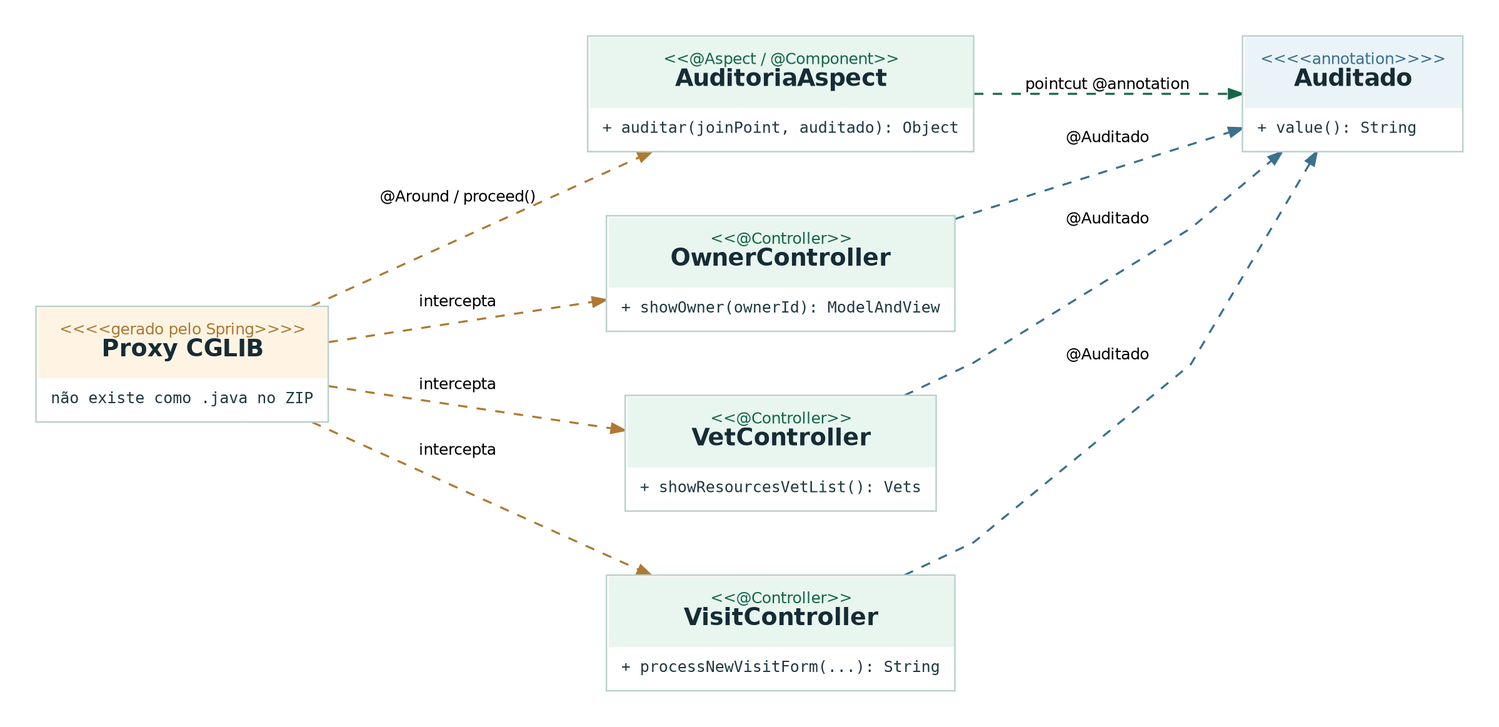
Before: docs/uml/png/07_classes_aop.png, a diagram exported from Graphviz (GabrielKayran/spring-petclinic). Its source is kept beside it as docs/uml/dot/07_classes_aop.dot.
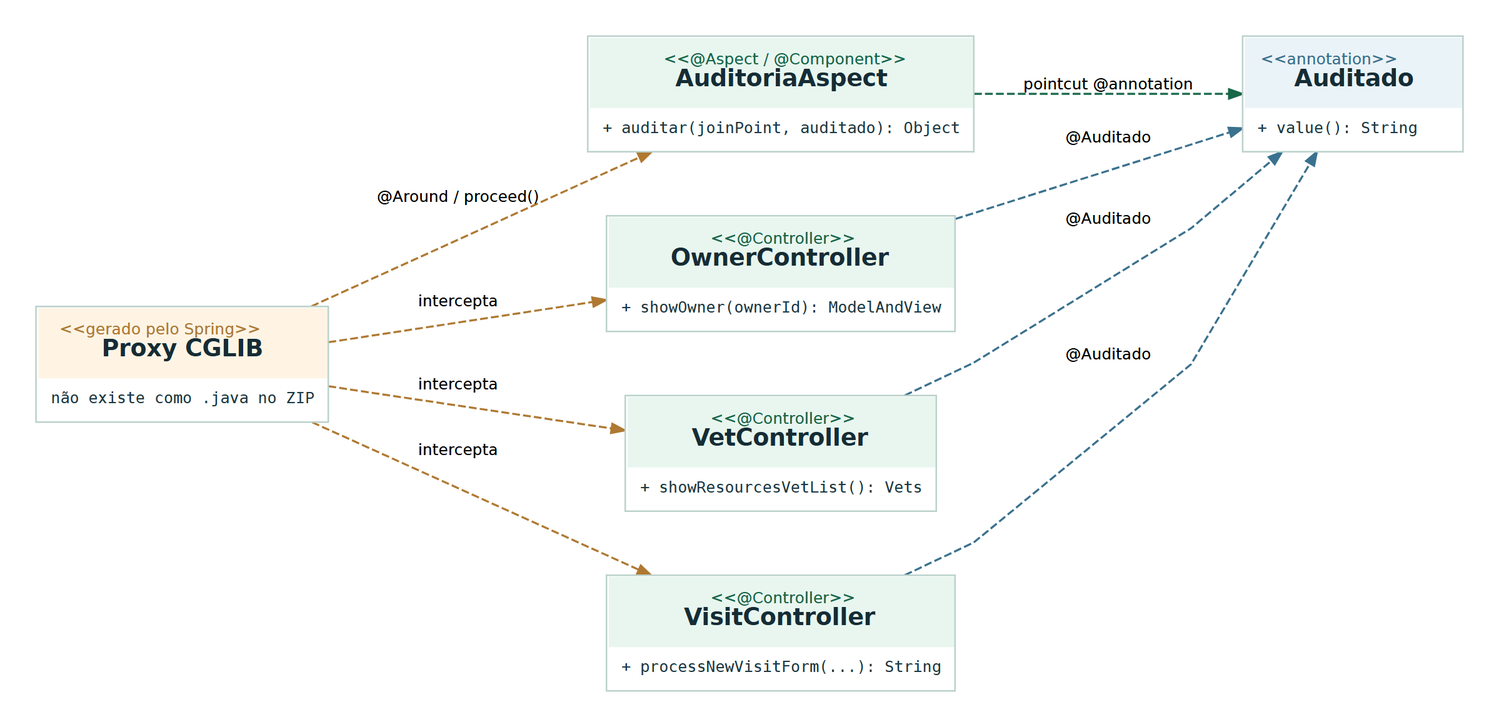
Above is the later version.

Diff of the diagram source:
```diff
@@ -2,12 +2,12 @@
   graph [rankdir=LR, bgcolor="transparent", pad="0.32", nodesep=.57, ranksep=.92, splines=polyline, outputorder=edgesfirst, fontname="DejaVu Sans", fontsize=12];
   node [shape=plain, fontname="DejaVu Sans"];
   edge [color="#5C7280", fontname="DejaVu Sans", fontsize=10, arrowsize=.85, penwidth=1.3];
-  Ann [label=<<TABLE BORDER="1" CELLBORDER="0" CELLSPACING="0" CELLPADDING="1" COLOR="#BBD1CC" BGCOLOR="#FFFFFF"><TR><TD BGCOLOR="#EAF3F8" CELLPADDING="10" ALIGN="CENTER"><FONT FACE="DejaVu Sans" COLOR="#3A718E" POINT-SIZE="10">&lt;&lt;&lt;&lt;annotation&gt;&gt;&gt;&gt;</FONT><BR/><FONT FACE="DejaVu Sans" COLOR="#162C35" POINT-SIZE="15"><B>Auditado</B></FONT></TD></TR><TR><TD ALIGN="LEFT" CELLPADDING="8"><FONT FACE="DejaVu Sans Mono" POINT-SIZE="10" COLOR="#203943">+ value(): String</FONT></TD></TR></TABLE>>];
+  Ann [label=<<TABLE BORDER="1" CELLBORDER="0" CELLSPACING="0" CELLPADDING="1" COLOR="#BBD1CC" BGCOLOR="#FFFFFF"><TR><TD BGCOLOR="#EAF3F8" CELLPADDING="10" ALIGN="CENTER"><FONT FACE="DejaVu Sans" COLOR="#3A718E" POINT-SIZE="10">&lt;&lt;annotation&gt;&gt;</FONT><BR/><FONT FACE="DejaVu Sans" COLOR="#162C35" POINT-SIZE="15"><B>Auditado</B></FONT></TD></TR><TR><TD ALIGN="LEFT" CELLPADDING="8"><FONT FACE="DejaVu Sans Mono" POINT-SIZE="10" COLOR="#203943">+ value(): String</FONT></TD></TR></TABLE>>];
   Asp [label=<<TABLE BORDER="1" CELLBORDER="0" CELLSPACING="0" CELLPADDING="1" COLOR="#BBD1CC" BGCOLOR="#FFFFFF"><TR><TD BGCOLOR="#E8F6EF" CELLPADDING="10" ALIGN="CENTER"><FONT FACE="DejaVu Sans" COLOR="#176749" POINT-SIZE="10">&lt;&lt;@Aspect / @Component&gt;&gt;</FONT><BR/><FONT FACE="DejaVu Sans" COLOR="#162C35" POINT-SIZE="15"><B>AuditoriaAspect</B></FONT></TD></TR><TR><TD ALIGN="LEFT" CELLPADDING="8"><FONT FACE="DejaVu Sans Mono" POINT-SIZE="10" COLOR="#203943">+ auditar(joinPoint, auditado): Object</FONT></TD></TR></TABLE>>];
   OwnerC [label=<<TABLE BORDER="1" CELLBORDER="0" CELLSPACING="0" CELLPADDING="1" COLOR="#BBD1CC" BGCOLOR="#FFFFFF"><TR><TD BGCOLOR="#E8F6EF" CELLPADDING="10" ALIGN="CENTER"><FONT FACE="DejaVu Sans" COLOR="#176749" POINT-SIZE="10">&lt;&lt;@Controller&gt;&gt;</FONT><BR/><FONT FACE="DejaVu Sans" COLOR="#162C35" POINT-SIZE="15"><B>OwnerController</B></FONT></TD></TR><TR><TD ALIGN="LEFT" CELLPADDING="8"><FONT FACE="DejaVu Sans Mono" POINT-SIZE="10" COLOR="#203943">+ showOwner(ownerId): ModelAndView</FONT></TD></TR></TABLE>>];
   VetC [label=<<TABLE BORDER="1" CELLBORDER="0" CELLSPACING="0" CELLPADDING="1" COLOR="#BBD1CC" BGCOLOR="#FFFFFF"><TR><TD BGCOLOR="#E8F6EF" CELLPADDING="10" ALIGN="CENTER"><FONT FACE="DejaVu Sans" COLOR="#176749" POINT-SIZE="10">&lt;&lt;@Controller&gt;&gt;</FONT><BR/><FONT FACE="DejaVu Sans" COLOR="#162C35" POINT-SIZE="15"><B>VetController</B></FONT></TD></TR><TR><TD ALIGN="LEFT" CELLPADDING="8"><FONT FACE="DejaVu Sans Mono" POINT-SIZE="10" COLOR="#203943">+ showResourcesVetList(): Vets</FONT></TD></TR></TABLE>>];
   VisitC [label=<<TABLE BORDER="1" CELLBORDER="0" CELLSPACING="0" CELLPADDING="1" COLOR="#BBD1CC" BGCOLOR="#FFFFFF"><TR><TD BGCOLOR="#E8F6EF" CELLPADDING="10" ALIGN="CENTER"><FONT FACE="DejaVu Sans" COLOR="#176749" POINT-SIZE="10">&lt;&lt;@Controller&gt;&gt;</FONT><BR/><FONT FACE="DejaVu Sans" COLOR="#162C35" POINT-SIZE="15"><B>VisitController</B></FONT></TD></TR><TR><TD ALIGN="LEFT" CELLPADDING="8"><FONT FACE="DejaVu Sans Mono" POINT-SIZE="10" COLOR="#203943">+ processNewVisitForm(...): String</FONT></TD></TR></TABLE>>];
-  Proxy [label=<<TABLE BORDER="1" CELLBORDER="0" CELLSPACING="0" CELLPADDING="1" COLOR="#BBD1CC" BGCOLOR="#FFFFFF"><TR><TD BGCOLOR="#FFF4E4" CELLPADDING="10" ALIGN="CENTER"><FONT FACE="DejaVu Sans" COLOR="#AF7932" POINT-SIZE="10">&lt;&lt;&lt;&lt;gerado pelo Spring&gt;&gt;&gt;&gt;</FONT><BR/><FONT FACE="DejaVu Sans" COLOR="#162C35" POINT-SIZE="15"><B>Proxy CGLIB</B></FONT></TD></TR><TR><TD ALIGN="LEFT" CELLPADDING="8"><FONT FACE="DejaVu Sans Mono" POINT-SIZE="10" COLOR="#203943">não existe como .java no ZIP</FONT></TD></TR></TABLE>>];
+  Proxy [label=<<TABLE BORDER="1" CELLBORDER="0" CELLSPACING="0" CELLPADDING="1" COLOR="#BBD1CC" BGCOLOR="#FFFFFF"><TR><TD BGCOLOR="#FFF4E4" CELLPADDING="10" ALIGN="CENTER"><FONT FACE="DejaVu Sans" COLOR="#AF7932" POINT-SIZE="10">&lt;&lt;gerado pelo Spring&gt;&gt;</FONT><BR/><FONT FACE="DejaVu Sans" COLOR="#162C35" POINT-SIZE="15"><B>Proxy CGLIB</B></FONT></TD></TR><TR><TD ALIGN="LEFT" CELLPADDING="8"><FONT FACE="DejaVu Sans Mono" POINT-SIZE="10" COLOR="#203943">não existe como .java no ZIP</FONT></TD></TR></TABLE>>];
   {rank=same; OwnerC; VetC; VisitC;}
   Asp -> Ann [label="pointcut @annotation", style=dashed, color="#176749"];
   OwnerC -> Ann [label="@Auditado", color="#3A718E", style=dashed, constraint=false];
```
